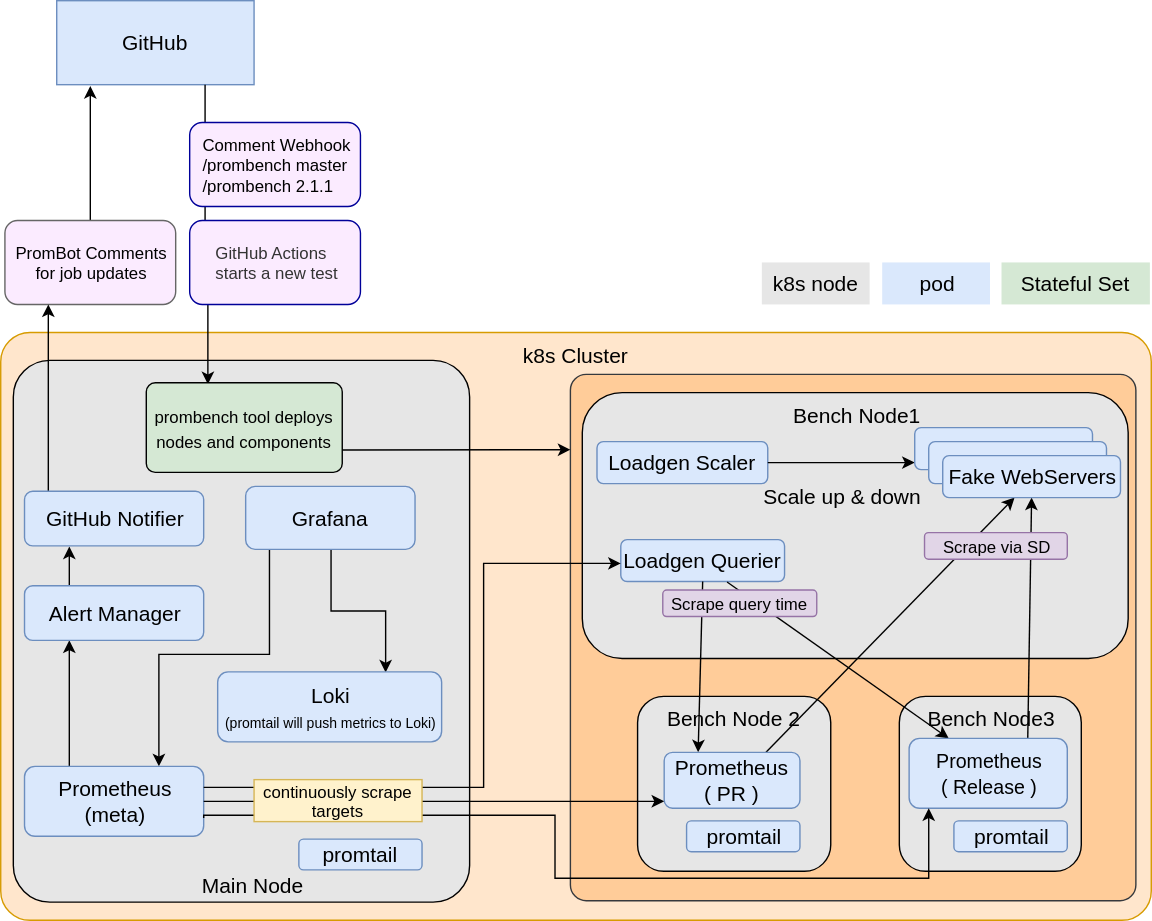
Before: prombench/design.svg, a diagram exported from draw.io (prometheus/test-infra). Source tidied: cells renumbered, new cells last; positions are measured from the earlier drawing's top-left corner, leaving out a move shared by most shapes.
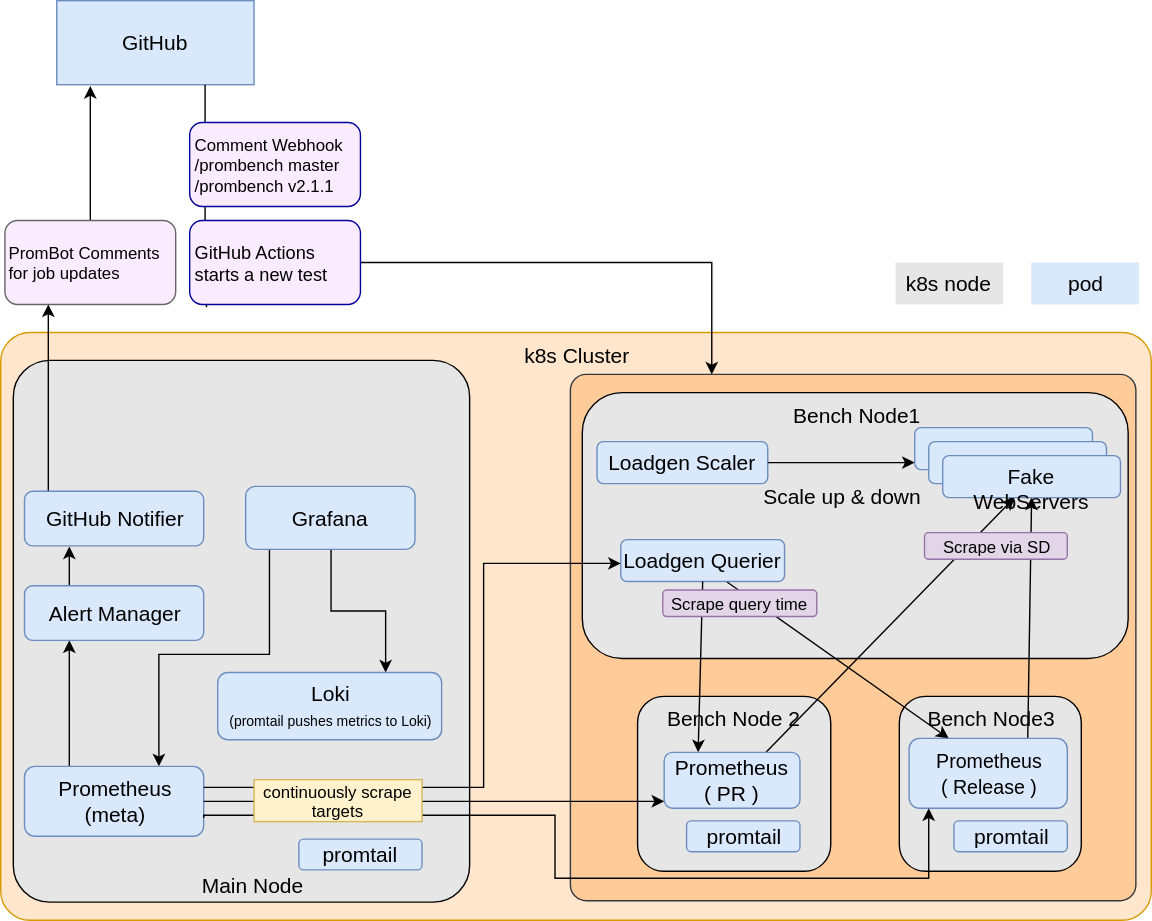
The same diagram one commit later.

Commit message:
removed statefulset implementation of prombench tests (#284)

The edit, as a diff of the source:
```diff
@@ -34,7 +34,7 @@
     <mxCell id="10" value="Grafana" style="rounded=1;whiteSpace=wrap;html=1;fontSize=15;fontColor=#000000;fillColor=#dae8fc;strokeColor=#6c8ebf;" parent="1" vertex="1">
       <mxGeometry x="175" y="347" width="121" height="45" as="geometry" />
     </mxCell>
-    <mxCell id="11" style="edgeStyle=orthogonalEdgeStyle;rounded=0;html=1;exitX=0.75;exitY=1;entryX=0.314;entryY=0.016;jettySize=auto;fontSize=15;entryDx=0;entryDy=0;entryPerimeter=0;" parent="1" edge="1" source="4" target="20">
+    <mxCell id="11" style="edgeStyle=orthogonalEdgeStyle;rounded=0;html=1;exitX=0.75;exitY=1;entryX=0.098;entryY=1.033;jettySize=auto;fontSize=15;entryDx=0;entryDy=0;entryPerimeter=0;endArrow=none;endFill=0;" parent="1" edge="1" source="4" target="41">
       <mxGeometry relative="1" as="geometry">
         <Array as="points">
           <mxPoint x="146" y="167" />
@@ -42,33 +42,27 @@
         </Array>
       </mxGeometry>
     </mxCell>
-    <mxCell id="12" value="&lt;div style=&quot;text-align: left&quot;&gt;&lt;span&gt;Comment Webhook&lt;/span&gt;&lt;/div&gt;&lt;div style=&quot;text-align: left&quot;&gt;&lt;span&gt;/prombench master&lt;/span&gt;&lt;/div&gt;&lt;span&gt;&lt;div style=&quot;text-align: left&quot;&gt;&lt;span&gt;/prombench&amp;nbsp;&lt;/span&gt;&lt;span&gt;2.1.1&lt;/span&gt;&lt;/div&gt;&lt;/span&gt;" style="rounded=1;whiteSpace=wrap;html=1;labelBackgroundColor=none;fillColor=#FBEBFF;strokeColor=#000099;spacingTop=0;spacingLeft=1;" parent="1" vertex="1">
+    <mxCell id="12" value="&lt;div&gt;&lt;span&gt;Comment Webhook&lt;/span&gt;&lt;/div&gt;&lt;div&gt;&lt;span&gt;/prombench master&lt;/span&gt;&lt;/div&gt;&lt;span&gt;&lt;div&gt;&lt;span&gt;/prombench v&lt;/span&gt;&lt;span&gt;2.1.1&lt;/span&gt;&lt;/div&gt;&lt;/span&gt;" style="rounded=1;whiteSpace=wrap;html=1;labelBackgroundColor=none;fillColor=#FBEBFF;strokeColor=#000099;spacingTop=0;spacingLeft=1;align=left;" parent="1" vertex="1">
       <mxGeometry x="135" y="87" width="122" height="60" as="geometry" />
     </mxCell>
     <mxCell id="13" style="edgeStyle=orthogonalEdgeStyle;rounded=0;jumpStyle=none;jettySize=auto;html=1;exitX=0.5;exitY=0;exitDx=0;exitDy=0;entryX=0.17;entryY=1.017;entryDx=0;entryDy=0;entryPerimeter=0;startArrow=none;startFill=0;endArrow=classic;endFill=1;" parent="1" edge="1" source="14" target="4">
       <mxGeometry relative="1" as="geometry" />
     </mxCell>
-    <mxCell id="14" value="PromBot Comments&lt;br&gt;for job updates" style="rounded=1;whiteSpace=wrap;html=1;labelBackgroundColor=none;fillColor=#FBEBFF;strokeColor=#666666;" parent="1" vertex="1">
+    <mxCell id="14" value="PromBot Comments&lt;br&gt;for job updates" style="rounded=1;whiteSpace=wrap;html=1;labelBackgroundColor=none;fillColor=#FBEBFF;strokeColor=#666666;align=left;" parent="1" vertex="1">
       <mxGeometry x="3" y="157" width="122" height="60" as="geometry" />
     </mxCell>
     <mxCell id="15" value="pod" style="rounded=0;whiteSpace=wrap;html=1;glass=0;labelBackgroundColor=none;fillColor=#DAE8FC;fontSize=15;fontColor=#000000;strokeColor=none;" parent="1" vertex="1">
-      <mxGeometry x="629.8" y="187" width="77" height="30" as="geometry" />
+      <mxGeometry x="736.3" y="187" width="77" height="30" as="geometry" />
     </mxCell>
     <mxCell id="16" value="k8s node&lt;br&gt;&lt;br&gt;&lt;br&gt;" style="rounded=0;whiteSpace=wrap;html=1;fontSize=15;fontColor=#000000;verticalAlign=top;fillColor=#E6E6E6;strokeColor=none;" parent="1" vertex="1">
-      <mxGeometry x="543.8" y="187" width="77" height="30" as="geometry" />
+      <mxGeometry x="639.3" y="187" width="77" height="30" as="geometry" />
     </mxCell>
-    <mxCell id="17" value="Stateful Set" style="rounded=0;whiteSpace=wrap;html=1;glass=0;labelBackgroundColor=none;fillColor=#d5e8d4;fontSize=15;fontColor=#000000;strokeColor=none;" parent="1" vertex="1">
-      <mxGeometry x="715" y="187" width="106" height="30" as="geometry" />
-    </mxCell>
     <mxCell id="18" style="edgeStyle=orthogonalEdgeStyle;rounded=0;jumpStyle=none;jettySize=auto;html=1;exitX=0.25;exitY=0;exitDx=0;exitDy=0;entryX=0.25;entryY=1;entryDx=0;entryDy=0;startArrow=none;startFill=0;endArrow=classic;endFill=1;" parent="1" edge="1" source="19" target="47">
       <mxGeometry relative="1" as="geometry" />
     </mxCell>
     <mxCell id="19" value="Alert Manager&lt;br&gt;" style="rounded=1;whiteSpace=wrap;html=1;fontSize=15;fontColor=#000000;fillColor=#dae8fc;strokeColor=#6c8ebf;" parent="1" vertex="1">
       <mxGeometry x="17" y="418" width="128" height="39" as="geometry" />
     </mxCell>
-    <mxCell id="20" value="&lt;div&gt;&lt;span&gt;&lt;font style=&quot;font-size: 12px&quot;&gt;prombench tool deploys nodes and components&lt;/font&gt;&lt;/span&gt;&lt;/div&gt;" style="rounded=1;whiteSpace=wrap;html=1;glass=0;labelBackgroundColor=none;fillColor=#d5e8d4;fontSize=15;fontColor=#000000;strokeColor=#000000;arcSize=10;" parent="1" vertex="1">
-      <mxGeometry x="104" y="273" width="140" height="64" as="geometry" />
-    </mxCell>
     <mxCell id="21" value="Bench Node3&lt;br&gt;&lt;br&gt;&lt;br&gt;" style="rounded=1;whiteSpace=wrap;html=1;fontSize=15;fontColor=#000000;verticalAlign=top;fillColor=#E6E6E6;" parent="1" vertex="1">
       <mxGeometry x="642" y="497" width="130" height="125" as="geometry" />
     </mxCell>
@@ -128,14 +122,14 @@
     <mxCell id="39" value="Fake WebServers" style="rounded=1;whiteSpace=wrap;html=1;fontSize=15;fontColor=#000000;fillColor=#dae8fc;strokeColor=#6c8ebf;" parent="36" vertex="1">
       <mxGeometry x="20" y="20" width="127" height="30" as="geometry" />
     </mxCell>
-    <mxCell id="40" style="endArrow=classic;html=1;fontSize=15;fontColor=#000000;exitX=1;exitY=0.75;entryX=0;entryY=0.143;entryDx=0;entryDy=0;entryPerimeter=0;exitDx=0;exitDy=0;" parent="1" edge="1" source="20" target="3">
-      <mxGeometry relative="1" as="geometry" />
-    </mxCell>
+    <mxCell id="52" style="edgeStyle=orthogonalEdgeStyle;rounded=0;jettySize=auto;html=1;exitX=1;exitY=0.5;exitDx=0;exitDy=0;entryX=0.25;entryY=0;entryDx=0;entryDy=0;endArrow=classic;endFill=1;" parent="1" edge="1" source="41" target="3">
+      <mxGeometry relative="1" as="geometry" />
+    </mxCell>
-    <mxCell id="41" value="&lt;div style=&quot;text-align: left&quot;&gt;&lt;span style=&quot;color: rgb(51 , 51 , 51) ; text-align: center&quot;&gt;GitHub Actions&amp;nbsp;&lt;/span&gt;&lt;/div&gt;&lt;div style=&quot;text-align: left&quot;&gt;&lt;span style=&quot;color: rgb(51 , 51 , 51) ; text-align: center&quot;&gt;starts a new test&lt;/span&gt;&lt;br&gt;&lt;/div&gt;" style="rounded=1;whiteSpace=wrap;html=1;labelBackgroundColor=none;fillColor=#FBEBFF;strokeColor=#000099;spacingTop=0;spacingLeft=1;" parent="1" vertex="1">
+    <mxCell id="41" value="&lt;div style=&quot;font-size: 13px&quot;&gt;&lt;font style=&quot;font-size: 13px&quot;&gt;GitHub Actions&amp;nbsp;&lt;/font&gt;&lt;/div&gt;&lt;div style=&quot;font-size: 13px&quot;&gt;&lt;font style=&quot;font-size: 13px&quot;&gt;starts a new test&lt;/font&gt;&lt;br&gt;&lt;/div&gt;" style="rounded=1;whiteSpace=wrap;html=1;labelBackgroundColor=none;fillColor=#FBEBFF;strokeColor=#000099;spacingTop=0;spacingLeft=1;align=left;" parent="1" vertex="1">
       <mxGeometry x="135" y="157" width="122" height="60" as="geometry" />
     </mxCell>
-    <mxCell id="42" value="&lt;font&gt;Loki&lt;br&gt;&lt;font style=&quot;font-size: 10px&quot;&gt;(promtail will push metrics to Loki)&lt;/font&gt;&lt;/font&gt;" style="rounded=1;whiteSpace=wrap;html=1;fontSize=15;fontColor=#000000;fillColor=#dae8fc;strokeColor=#6c8ebf;align=center;" parent="1" vertex="1">
-      <mxGeometry x="155" y="479.5" width="160" height="50" as="geometry" />
+    <mxCell id="42" value="&lt;font&gt;Loki&lt;br&gt;&lt;font style=&quot;font-size: 10px&quot;&gt;(promtail pushes metrics to Loki)&lt;/font&gt;&lt;/font&gt;" style="rounded=1;whiteSpace=wrap;html=1;fontSize=15;fontColor=#000000;fillColor=#dae8fc;strokeColor=#6c8ebf;align=center;" parent="1" vertex="1">
+      <mxGeometry x="155" y="480" width="160" height="48" as="geometry" />
     </mxCell>
     <mxCell id="43" value="promtail" style="rounded=1;whiteSpace=wrap;html=1;fontSize=15;fontColor=#000000;fillColor=#dae8fc;strokeColor=#6c8ebf;verticalAlign=middle;" parent="1" vertex="1">
       <mxGeometry x="213" y="599" width="88" height="22" as="geometry" />
@@ -153,7 +147,7 @@
         </Array>
       </mxGeometry>
     </mxCell>
-    <mxCell id="47" value="GitHub Notifier" style="rounded=1;whiteSpace=wrap;html=1;fontSize=15;fontColor=#000000;fillColor=#dae8fc;strokeColor=#6c8ebf;" parent="1" vertex="1">
+    <mxCell id="47" value="GitHub Notifier" style="rounded=1;whiteSpace=wrap;html=1;fontSize=15;fontColor=#000000;fillColor=#dae8fc;strokeColor=#6c8ebf;align=center;" parent="1" vertex="1">
       <mxGeometry x="17" y="350.5" width="128" height="39" as="geometry" />
     </mxCell>
     <mxCell id="48" style="edgeStyle=orthogonalEdgeStyle;rounded=0;jumpStyle=none;orthogonalLoop=1;jettySize=auto;html=1;exitX=1;exitY=0.25;exitDx=0;exitDy=0;entryX=0;entryY=0.5;entryDx=0;entryDy=0;startArrow=none;startFill=0;endArrow=classic;endFill=1;" parent="1" edge="1">
```
